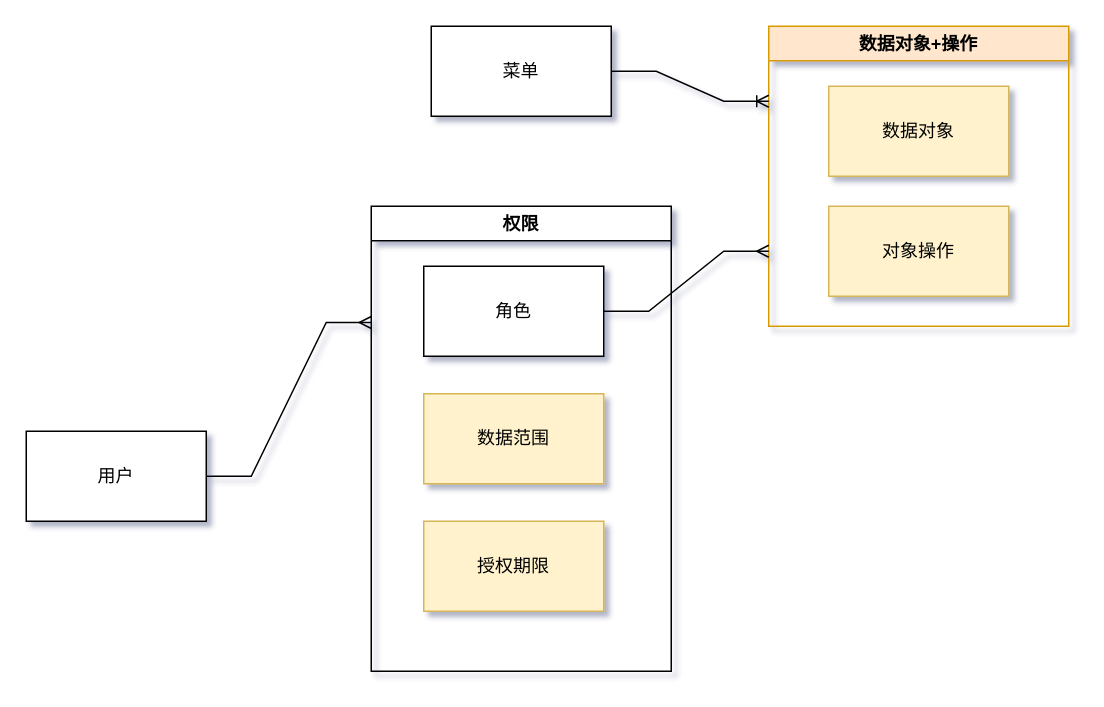
The draw.io diagram page "授权方案二模型" (4 of 6) of 授权调整.drawio in 158698706/tt4a, before the edit. Source tidied: cells renumbered, new cells numbered last; positions are measured from the earlier drawing's top-left corner, leaving out a move shared by most shapes. Both pictures are drawn from the tidied source at 150%, with x=0, y=0 at pixel (26, 26).
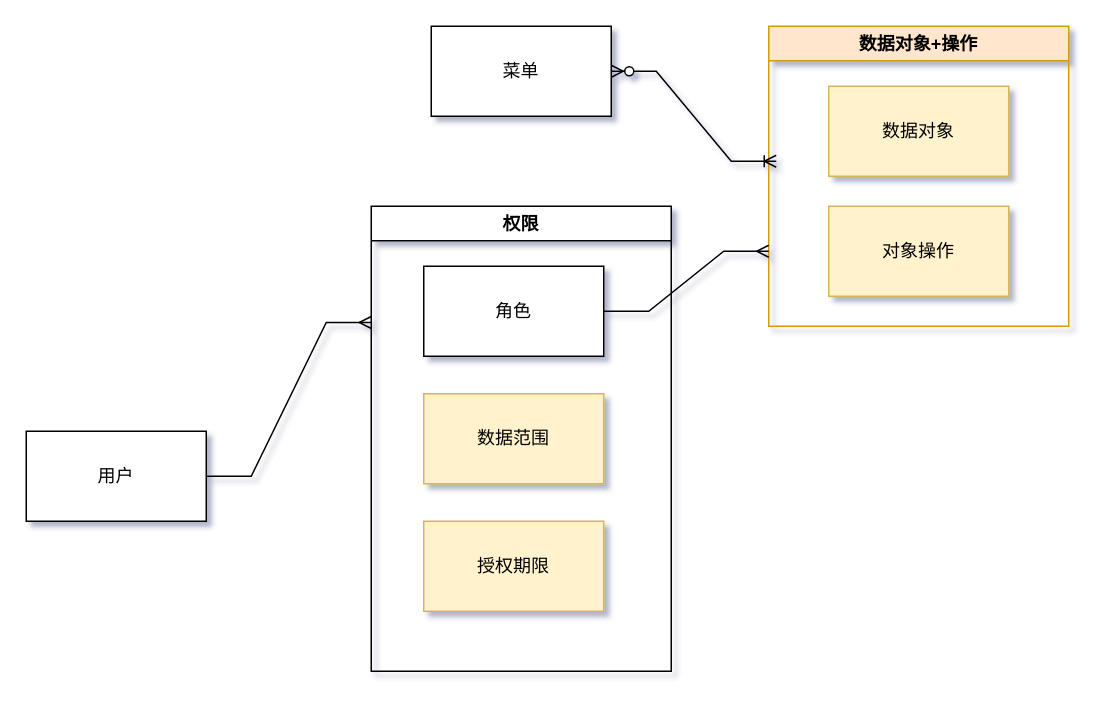
After the change.

Commit message:
更新授权调整.drawio

What changed in the source:
```diff
@@
 <mxGraphModel background="#ffffff" shadow="1">
   <root>
     <mxCell id="0" />
     <mxCell id="1" parent="0" />
     <mxCell id="2" value="菜单" style="whiteSpace=wrap;html=1;align=center;" parent="1" vertex="1">
       <mxGeometry x="270" width="120" height="60" as="geometry" />
     </mxCell>
     <mxCell id="3" value="用户" style="whiteSpace=wrap;html=1;align=center;" parent="1" vertex="1">
       <mxGeometry y="270" width="120" height="60" as="geometry" />
     </mxCell>
     <mxCell id="4" value="数据对象+操作" style="swimlane;fillColor=#ffe6cc;strokeColor=#d79b00;" parent="1" vertex="1">
       <mxGeometry x="495" width="200" height="200" as="geometry" />
     </mxCell>
     <mxCell id="5" value="对象操作" style="whiteSpace=wrap;html=1;fillColor=#fff2cc;strokeColor=#d6b656;" parent="4" vertex="1">
       <mxGeometry x="40" y="120" width="120" height="60" as="geometry" />
     </mxCell>
     <mxCell id="6" value="数据对象" style="whiteSpace=wrap;html=1;fillColor=#fff2cc;strokeColor=#d6b656;" parent="4" vertex="1">
       <mxGeometry x="40" y="40" width="120" height="60" as="geometry" />
     </mxCell>
-    <mxCell id="7" style="edgeStyle=entityRelationEdgeStyle;fontSize=12;html=1;endArrow=ERoneToMany;rounded=0;strokeColor=default;exitX=1;exitY=0.5;exitDx=0;exitDy=0;entryX=0;entryY=0.25;entryDx=0;entryDy=0;" parent="1" edge="1" source="2" target="4">
-      <mxGeometry relative="1" as="geometry" />
-    </mxCell>
     <mxCell id="8" style="edgeStyle=entityRelationEdgeStyle;fontSize=12;html=1;endArrow=ERmany;rounded=0;strokeColor=default;entryX=0;entryY=0.75;entryDx=0;entryDy=0;" parent="1" edge="1" source="10" target="4">
       <mxGeometry relative="1" as="geometry" />
     </mxCell>
     <mxCell id="9" value="权限" style="swimlane;" parent="1" vertex="1">
       <mxGeometry x="230" y="120" width="200" height="310" as="geometry" />
     </mxCell>
     <mxCell id="10" value="角色" style="whiteSpace=wrap;html=1;align=center;" parent="9" vertex="1">
       <mxGeometry x="35" y="40" width="120" height="60" as="geometry" />
     </mxCell>
     <mxCell id="11" value="数据范围" style="whiteSpace=wrap;html=1;fillColor=#fff2cc;strokeColor=#d6b656;" parent="9" vertex="1">
       <mxGeometry x="35" y="125" width="120" height="60" as="geometry" />
     </mxCell>
     <mxCell id="12" value="授权期限" style="whiteSpace=wrap;html=1;fillColor=#fff2cc;strokeColor=#d6b656;" parent="9" vertex="1">
       <mxGeometry x="35" y="210" width="120" height="60" as="geometry" />
     </mxCell>
     <mxCell id="13" style="edgeStyle=entityRelationEdgeStyle;fontSize=12;html=1;endArrow=ERmany;rounded=0;strokeColor=default;exitX=1;exitY=0.5;exitDx=0;exitDy=0;entryX=0;entryY=0.25;entryDx=0;entryDy=0;" parent="1" edge="1" source="3" target="9">
       <mxGeometry relative="1" as="geometry" />
     </mxCell>
+    <mxCell id="14" style="edgeStyle=entityRelationEdgeStyle;fontSize=12;html=1;endArrow=ERoneToMany;startArrow=ERzeroToMany;rounded=0;" parent="1" edge="1" source="2">
+      <mxGeometry relative="1" as="geometry">
+        <mxPoint x="500" y="90" as="targetPoint" />
+      </mxGeometry>
+    </mxCell>
   </root>
 </mxGraphModel>
```
